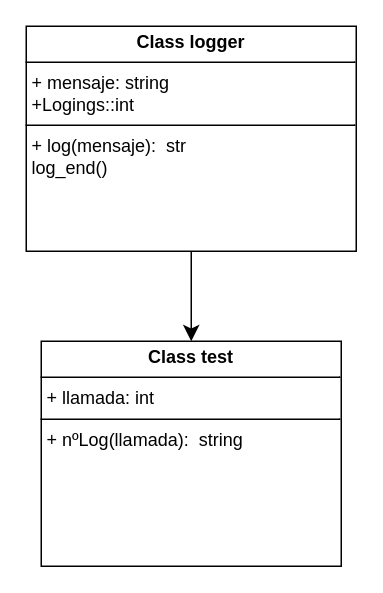
Above: logger.drawio in Alfonso18Feb/Classes-POO.Ind1 (draw.io), before the change. Source tidied: cells renumbered, new cells numbered last; positions are measured from the earlier drawing's top-left corner, leaving out a move shared by most shapes. Both pictures are drawn from the tidied source at 150%, with x=0, y=0 at pixel (26, 26).
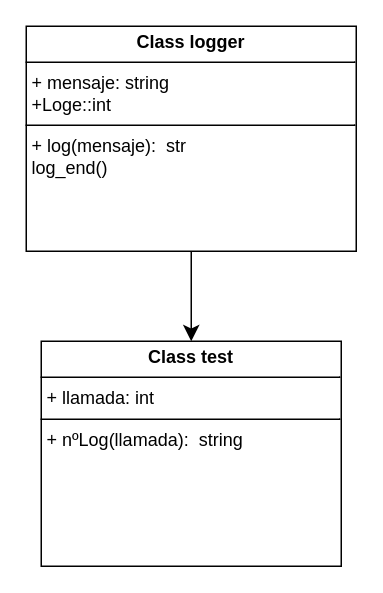
The same page after the edit.

What changed in the source:
```diff
@@
 <mxGraphModel>
   <root>
     <mxCell id="0" />
     <mxCell id="1" parent="0" />
     <mxCell id="2" style="edgeStyle=none;curved=1;rounded=0;jettySize=auto;html=1;exitX=0.5;exitY=1;exitDx=0;exitDy=0;entryX=0.5;entryY=0;entryDx=0;entryDy=0;fontSize=12;startSize=8;endSize=8;" parent="1" edge="1" source="3" target="4">
       <mxGeometry relative="1" as="geometry" />
     </mxCell>
-    <mxCell id="3" value="&lt;p style=&quot;margin:0px;margin-top:4px;text-align:center;&quot;&gt;&lt;b&gt;Class logger&lt;/b&gt;&lt;/p&gt;&lt;hr size=&quot;1&quot; style=&quot;border-style:solid;&quot;&gt;&lt;p style=&quot;margin:0px;margin-left:4px;&quot;&gt;+ mensaje: string&lt;/p&gt;&lt;p style=&quot;margin:0px;margin-left:4px;&quot;&gt;+Logings::int&lt;/p&gt;&lt;hr size=&quot;1&quot; style=&quot;border-style:solid;&quot;&gt;&lt;p style=&quot;margin:0px;margin-left:4px;&quot;&gt;+ log(mensaje):&amp;nbsp; str&lt;/p&gt;&lt;p style=&quot;margin:0px;margin-left:4px;&quot;&gt;log_end()&lt;/p&gt;&lt;p style=&quot;margin:0px;margin-left:4px;&quot;&gt;&lt;br&gt;&lt;/p&gt;" style="verticalAlign=top;align=left;overflow=fill;html=1;whiteSpace=wrap;" parent="1" vertex="1">
+    <mxCell id="3" value="&lt;p style=&quot;margin:0px;margin-top:4px;text-align:center;&quot;&gt;&lt;b&gt;Class logger&lt;/b&gt;&lt;/p&gt;&lt;hr size=&quot;1&quot; style=&quot;border-style:solid;&quot;&gt;&lt;p style=&quot;margin:0px;margin-left:4px;&quot;&gt;+ mensaje: string&lt;/p&gt;&lt;p style=&quot;margin:0px;margin-left:4px;&quot;&gt;+Loge::int&lt;/p&gt;&lt;hr size=&quot;1&quot; style=&quot;border-style:solid;&quot;&gt;&lt;p style=&quot;margin:0px;margin-left:4px;&quot;&gt;+ log(mensaje):&amp;nbsp; str&lt;/p&gt;&lt;p style=&quot;margin:0px;margin-left:4px;&quot;&gt;log_end()&lt;/p&gt;&lt;p style=&quot;margin:0px;margin-left:4px;&quot;&gt;&lt;br&gt;&lt;/p&gt;" style="verticalAlign=top;align=left;overflow=fill;html=1;whiteSpace=wrap;" parent="1" vertex="1">
       <mxGeometry width="220" height="150" as="geometry" />
     </mxCell>
     <mxCell id="4" value="&lt;p style=&quot;margin:0px;margin-top:4px;text-align:center;&quot;&gt;&lt;b&gt;Class test&lt;/b&gt;&lt;/p&gt;&lt;hr size=&quot;1&quot; style=&quot;border-style:solid;&quot;&gt;&lt;p style=&quot;margin:0px;margin-left:4px;&quot;&gt;+ llamada: int&lt;/p&gt;&lt;hr size=&quot;1&quot; style=&quot;border-style:solid;&quot;&gt;&lt;p style=&quot;margin:0px;margin-left:4px;&quot;&gt;+ nºLog(llamada):&amp;nbsp; string&lt;/p&gt;" style="verticalAlign=top;align=left;overflow=fill;html=1;whiteSpace=wrap;" parent="1" vertex="1">
       <mxGeometry x="10" y="210" width="200" height="150" as="geometry" />
     </mxCell>
   </root>
 </mxGraphModel>
```
